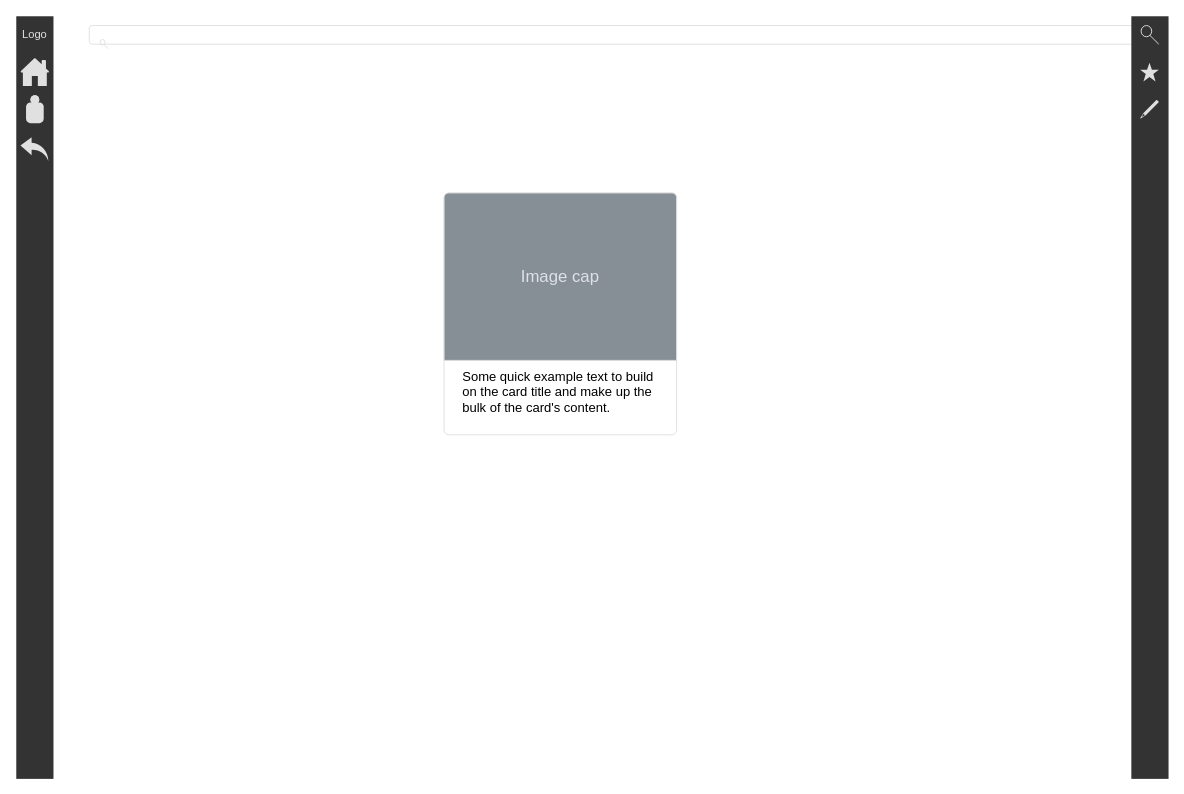
This is Untitled Diagram.drawio from cidyxa/our-best-project-of-the-world, a draw.io file, before an edit. Source tidied: cells renumbered, new cells numbered last; positions are measured from the earlier drawing's top-left corner, leaving out a move shared by most shapes. Both pictures are drawn from the tidied source at 93%, with x=0, y=0 at pixel (16, 16).
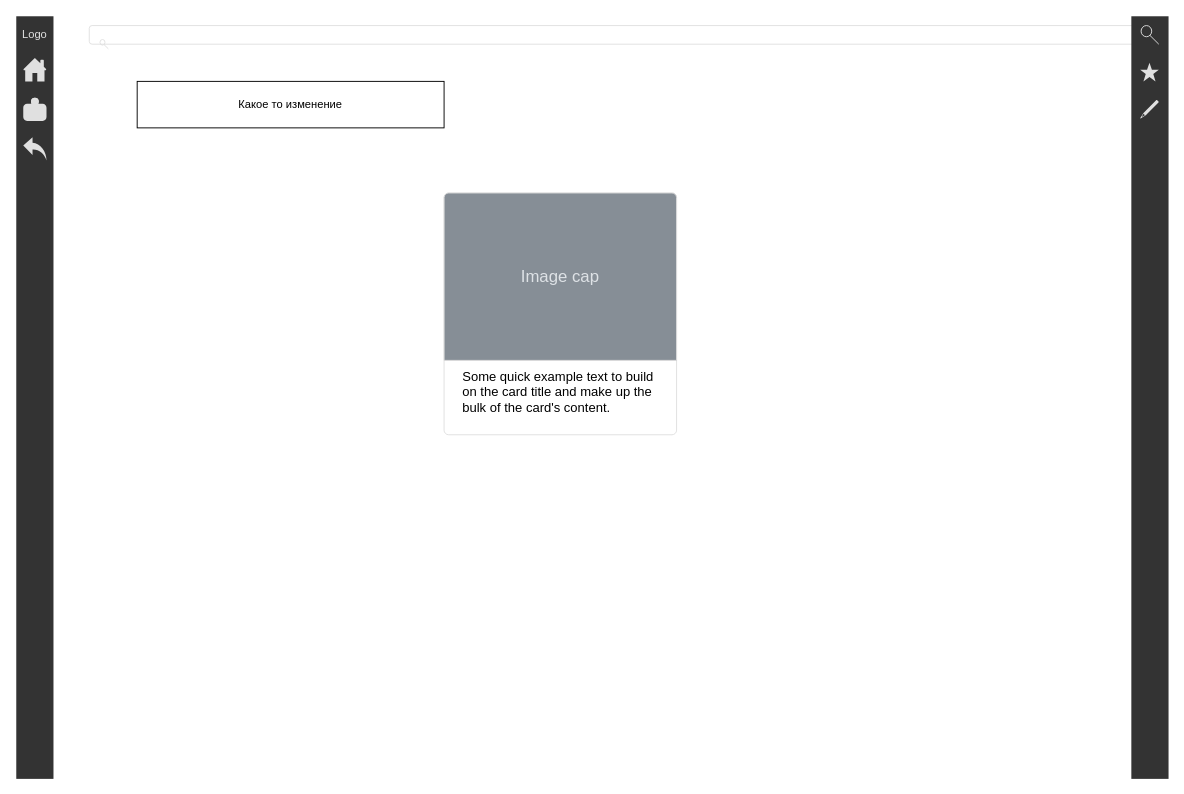
Above is the later version.

Diff of the diagram source:
```diff
@@
     <mxCell id="16" style="shadow=0;dashed=0;html=1;strokeColor=none;fillColor=#E0E0E0;labelPosition=center;verticalLabelPosition=bottom;verticalAlign=top;align=center;shape=mxgraph.office.concepts.home;fontColor=#E0E0E0;" parent="1" vertex="1">
-      <mxGeometry x="4.5" y="45" width="31" height="30" as="geometry" />
+      <mxGeometry x="7.5" y="45" width="25" height="25" as="geometry" />
     </mxCell>
     <mxCell id="17" style="html=1;dashed=0;whitespace=wrap;fillColor=#E0E0E0;strokeColor=none;shape=mxgraph.c4.person;align=center;fontColor=#E0E0E0;" parent="1" vertex="1">
-      <mxGeometry x="10.5" y="85" width="19" height="30" as="geometry" />
+      <mxGeometry x="7.5" y="87.5" width="25" height="25" as="geometry" />
     </mxCell>
     <mxCell id="18" style="html=1;verticalLabelPosition=bottom;align=center;labelBackgroundColor=#ffffff;verticalAlign=top;strokeWidth=2;strokeColor=none;shadow=0;dashed=0;shape=mxgraph.ios7.icons.back;fillColor=#E0E0E0;fontColor=#E0E0E0;" parent="1" vertex="1">
-      <mxGeometry x="4.5" y="130" width="30" height="25.5" as="geometry" />
+      <mxGeometry x="7.5" y="130" width="25" height="25" as="geometry" />
     </mxCell>
+    <mxCell id="19" value="Какое то изменение" style="rounded=0;whiteSpace=wrap;html=1;" parent="1" vertex="1">
+      <mxGeometry x="130" y="70" width="330" height="50" as="geometry" />
+    </mxCell>
```
